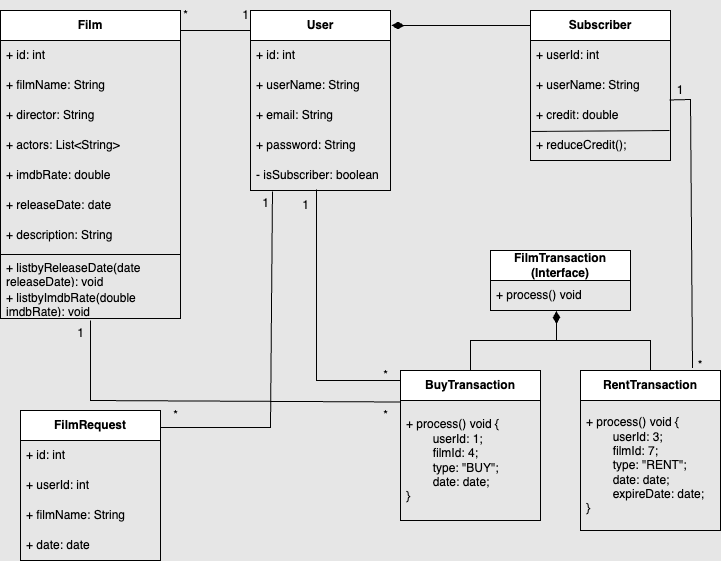
Above: OnlineFilmService.drawio.png in Gundogduu/javaIntro2022 (draw.io), before the change. Source tidied: cells renumbered, new cells last; positions are measured from the earlier drawing's top-left corner, leaving out a move shared by most shapes.
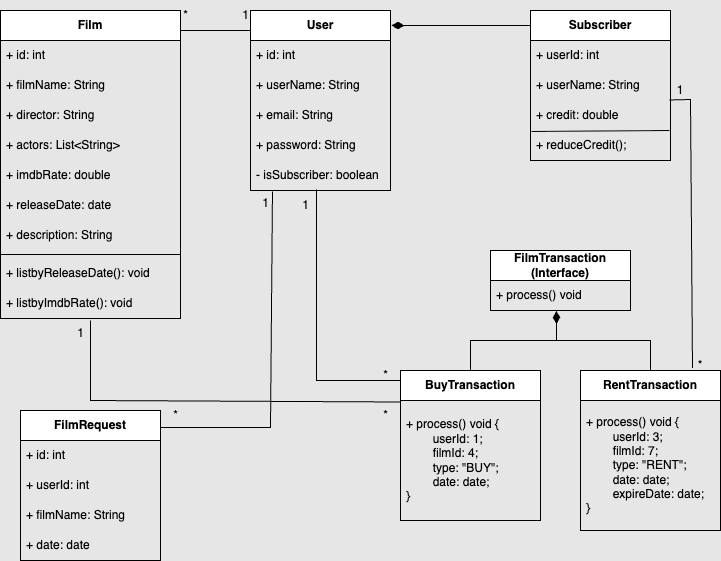
Above is the later version.

Diff of the diagram source:
```diff
@@ -70,10 +70,10 @@
     <mxCell id="23" style="line;strokeWidth=1;fillColor=none;align=left;verticalAlign=middle;spacingTop=-1;spacingLeft=3;spacingRight=3;labelPosition=right;strokeColor=inherit;" parent="15" vertex="1">
       <mxGeometry y="240" width="180" height="8" as="geometry" />
     </mxCell>
-    <mxCell id="24" value="+ listbyReleaseDate(date releaseDate): void" style="text;strokeColor=none;fillColor=none;align=left;verticalAlign=middle;spacingLeft=4;spacingRight=4;overflow=hidden;whiteSpace=wrap;html=1;" parent="15" vertex="1">
+    <mxCell id="24" value="+ listbyReleaseDate(): void" style="text;strokeColor=none;fillColor=none;align=left;verticalAlign=middle;spacingLeft=4;spacingRight=4;overflow=hidden;whiteSpace=wrap;html=1;" parent="15" vertex="1">
       <mxGeometry y="248" width="180" height="30" as="geometry" />
     </mxCell>
-    <mxCell id="25" value="+ listbyImdbRate(double imdbRate): void" style="text;strokeColor=none;fillColor=none;align=left;verticalAlign=middle;spacingLeft=4;spacingRight=4;overflow=hidden;points=[[0,0.5],[1,0.5]];portConstraint=eastwest;whiteSpace=wrap;html=1;" parent="15" vertex="1">
+    <mxCell id="25" value="+ listbyImdbRate(): void" style="text;strokeColor=none;fillColor=none;align=left;verticalAlign=middle;spacingLeft=4;spacingRight=4;overflow=hidden;points=[[0,0.5],[1,0.5]];portConstraint=eastwest;whiteSpace=wrap;html=1;" parent="15" vertex="1">
       <mxGeometry y="278" width="180" height="30" as="geometry" />
     </mxCell>
     <mxCell id="26" style="edgeStyle=none;jettySize=auto;html=1;rounded=0;exitX=0.8;exitY=-0.015;exitDx=0;exitDy=0;entryX=0.993;entryY=-0.017;entryDx=0;entryDy=0;endArrow=none;startFill=0;entryPerimeter=0;exitPerimeter=0;" parent="1" edge="1" source="30" target="11">
```
